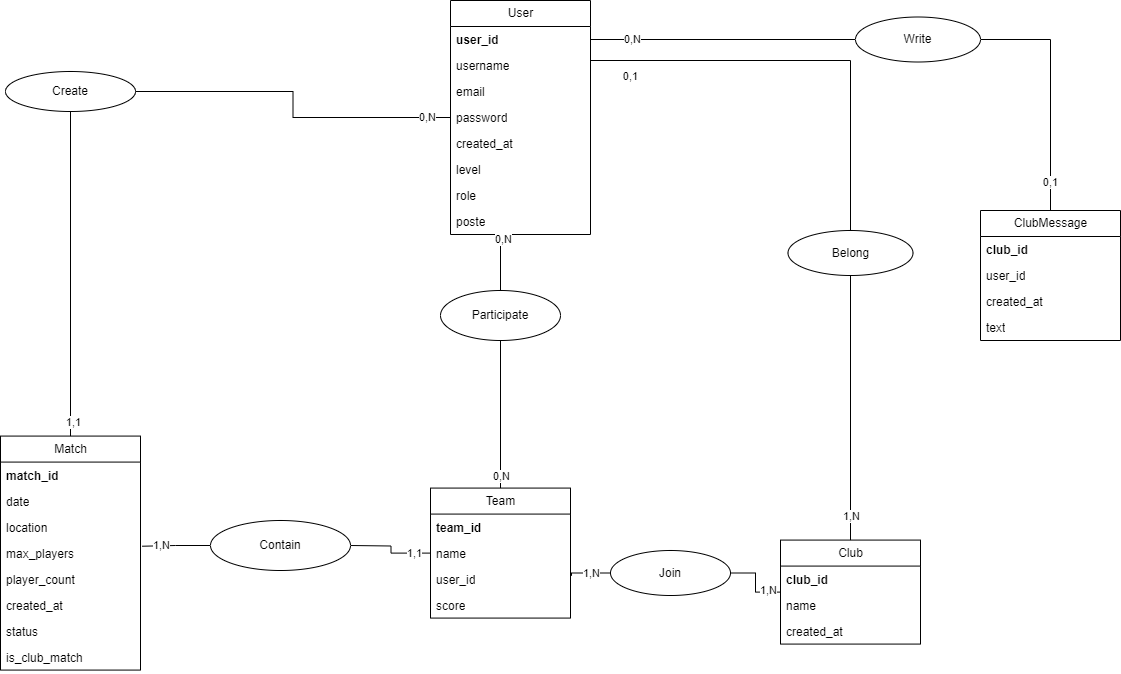
Above: MCD.drawio.png in Mathistrg/Styx (draw.io), before the change. Source tidied: cells renumbered, new cells last; positions are measured from the earlier drawing's top-left corner, leaving out a move shared by most shapes.
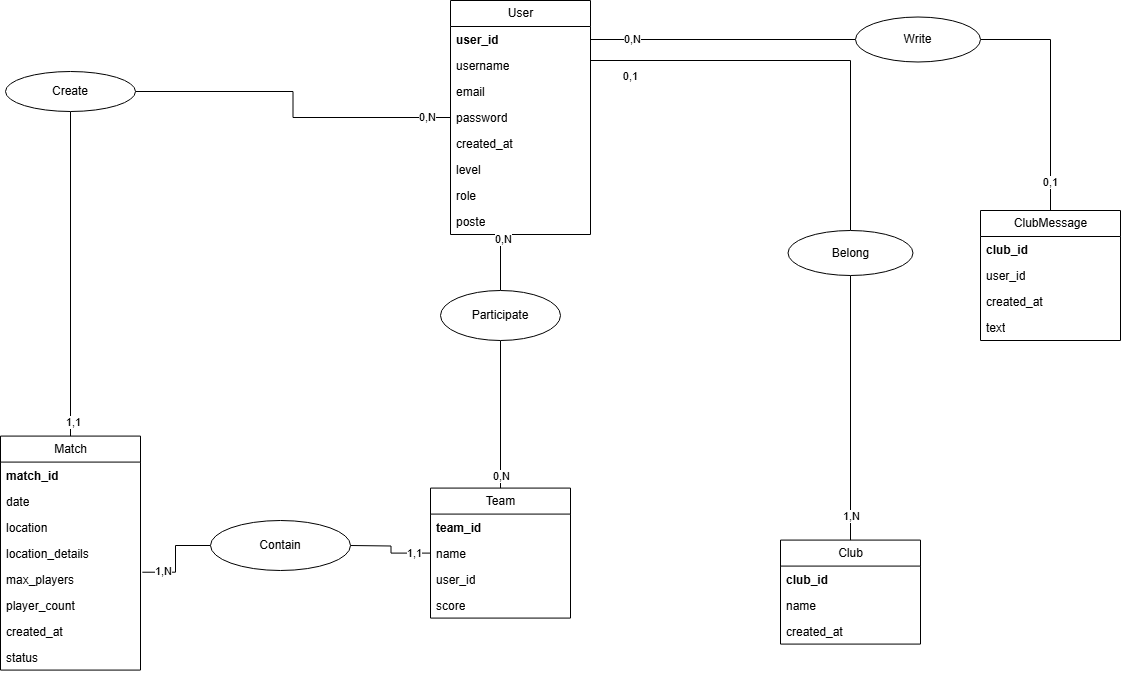
Above is the later version.

Commit message:
Mettre à jour MCD.drawio.png

The edit, as a diff of the source:
```diff
@@ -47,21 +47,21 @@
     <mxCell id="16" value="location" style="text;strokeColor=none;fillColor=none;align=left;verticalAlign=top;spacingLeft=4;spacingRight=4;overflow=hidden;whiteSpace=wrap;html=1;" parent="13" vertex="1">
       <mxGeometry y="78" width="140" height="26" as="geometry" />
     </mxCell>
+    <mxCell id="64" value="location_details" style="text;strokeColor=none;fillColor=none;align=left;verticalAlign=top;spacingLeft=4;spacingRight=4;overflow=hidden;whiteSpace=wrap;html=1;" parent="13" vertex="1">
+      <mxGeometry y="104" width="140" height="26" as="geometry" />
+    </mxCell>
     <mxCell id="17" value="max_players" style="text;strokeColor=none;fillColor=none;align=left;verticalAlign=top;spacingLeft=4;spacingRight=4;overflow=hidden;points=[[0,0.5],[1,0.5]];portConstraint=eastwest;whiteSpace=wrap;html=1;" parent="13" vertex="1">
-      <mxGeometry y="104" width="140" height="26" as="geometry" />
+      <mxGeometry y="130" width="140" height="26" as="geometry" />
     </mxCell>
     <mxCell id="18" value="player_count" style="text;strokeColor=none;fillColor=none;align=left;verticalAlign=top;spacingLeft=4;spacingRight=4;overflow=hidden;whiteSpace=wrap;html=1;" parent="13" vertex="1">
-      <mxGeometry y="130" width="140" height="26" as="geometry" />
+      <mxGeometry y="156" width="140" height="26" as="geometry" />
     </mxCell>
     <mxCell id="19" value="created_at" style="text;strokeColor=none;fillColor=none;align=left;verticalAlign=top;spacingLeft=4;spacingRight=4;overflow=hidden;whiteSpace=wrap;html=1;" parent="13" vertex="1">
-      <mxGeometry y="156" width="140" height="26" as="geometry" />
+      <mxGeometry y="182" width="140" height="26" as="geometry" />
     </mxCell>
     <mxCell id="20" value="status" style="text;strokeColor=none;fillColor=none;align=left;verticalAlign=top;spacingLeft=4;spacingRight=4;overflow=hidden;whiteSpace=wrap;html=1;" parent="13" vertex="1">
-      <mxGeometry y="182" width="140" height="26" as="geometry" />
+      <mxGeometry y="208" width="140" height="26" as="geometry" />
     </mxCell>
-    <mxCell id="21" value="is_club_match" style="text;strokeColor=none;fillColor=none;align=left;verticalAlign=top;spacingLeft=4;spacingRight=4;overflow=hidden;whiteSpace=wrap;html=1;" parent="13" vertex="1">
-      <mxGeometry y="208" width="140" height="26" as="geometry" />
-    </mxCell>
     <mxCell id="22" value="Club" style="swimlane;fontStyle=0;horizontal=1;startSize=26;fillColor=none;html=1;" parent="1" vertex="1">
       <mxGeometry x="780" y="539.6" width="140" height="104" as="geometry" />
     </mxCell>
@@ -154,26 +154,6 @@
     <mxCell id="45" value="Belong" style="ellipse;whiteSpace=wrap;html=1;" parent="1" vertex="1">
       <mxGeometry x="787.5" y="230" width="125" height="45" as="geometry" />
     </mxCell>
-    <mxCell id="46" style="edgeStyle=orthogonalEdgeStyle;rounded=0;orthogonalLoop=1;jettySize=auto;html=1;entryX=1.007;entryY=0.375;entryDx=0;entryDy=0;endArrow=none;endFill=0;exitX=0;exitY=0.5;exitDx=0;exitDy=0;entryPerimeter=0;" parent="1" edge="1">
-      <mxGeometry relative="1" as="geometry">
-        <mxPoint x="610" y="572.5" as="sourcePoint" />
-        <mxPoint x="571" y="575.3" as="targetPoint" />
-      </mxGeometry>
-    </mxCell>
-    <mxCell id="47" value="1,N" style="edgeLabel;html=1;align=center;verticalAlign=middle;" parent="46" vertex="1">
-      <mxGeometry x="0.8" y="-1" relative="1" as="geometry">
-        <mxPoint x="18" y="1" as="offset" />
-      </mxGeometry>
-    </mxCell>
-    <mxCell id="48" style="edgeStyle=orthogonalEdgeStyle;rounded=0;jettySize=auto;html=1;entryX=1;entryY=0.5;entryDx=0;entryDy=0;endArrow=none;endFill=0;" parent="1" edge="1" source="22" target="50">
-      <mxGeometry relative="1" as="geometry" />
-    </mxCell>
-    <mxCell id="49" value="1,N" style="edgeLabel;html=1;align=center;verticalAlign=middle;" parent="48" vertex="1">
-      <mxGeometry x="-0.63" y="-2" relative="1" as="geometry" />
-    </mxCell>
-    <mxCell id="50" value="Join" style="ellipse;whiteSpace=wrap;html=1;" parent="1" vertex="1">
-      <mxGeometry x="610" y="550" width="120" height="45" as="geometry" />
-    </mxCell>
     <mxCell id="51" style="edgeStyle=orthogonalEdgeStyle;rounded=0;jettySize=auto;html=1;endArrow=none;endFill=0;" parent="1" edge="1" source="4" target="53">
       <mxGeometry relative="1" as="geometry" />
     </mxCell>
```
